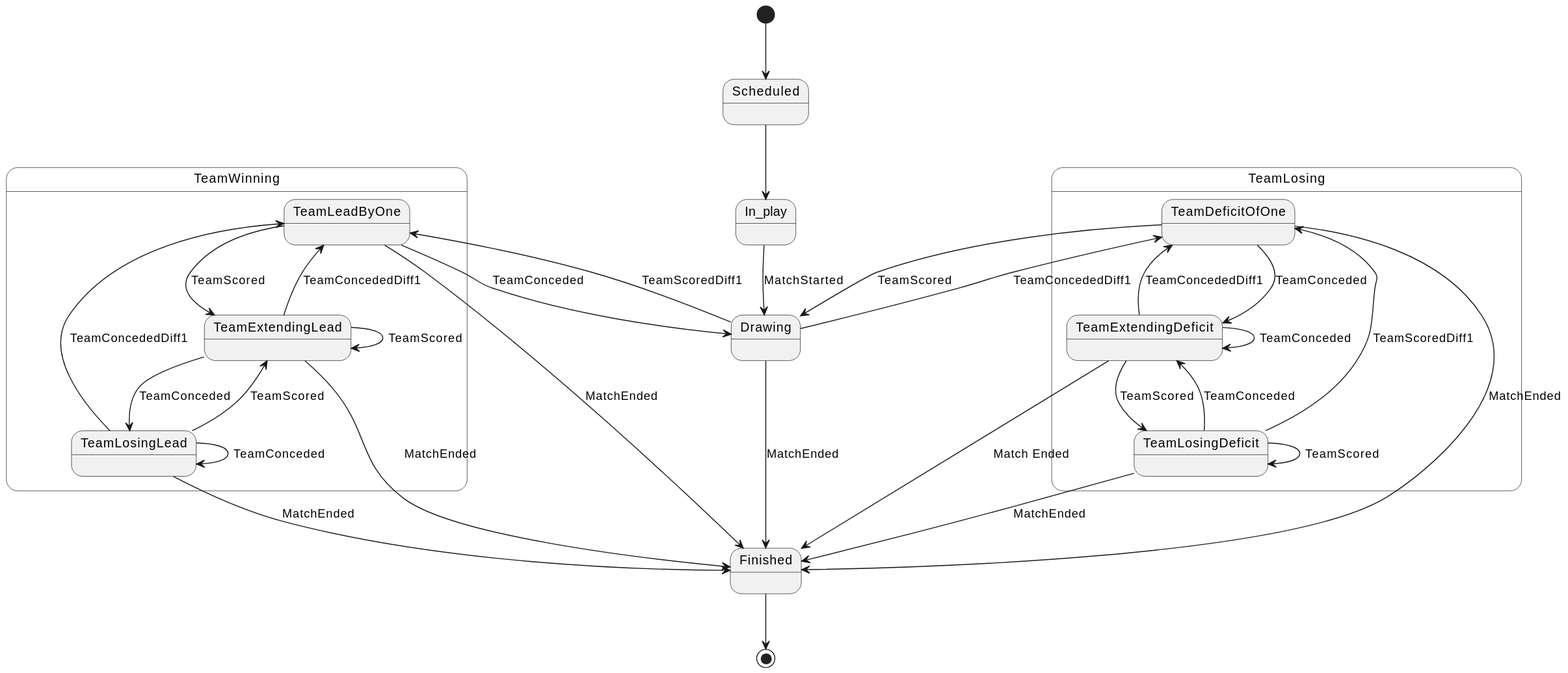
Before: UML/StateMachine/MatchStateMachine.svg, a diagram exported from PlantUML (schleising/banter-bot). The source it was exported from:
```plantuml
@startuml MatchStateMachine
[*] --> Scheduled
Scheduled --> In_play
In_play --> Drawing: MatchStarted

Drawing --> Finished: MatchEnded

state TeamWinning {
    Drawing --> TeamLeadByOne: TeamScoredDiff1

    TeamLeadByOne --> Drawing: TeamConceded
    TeamLeadByOne --> TeamExtendingLead: TeamScored
    TeamLeadByOne --> Finished: MatchEnded

    TeamExtendingLead --> TeamLeadByOne: TeamConcededDiff1
    TeamExtendingLead --> TeamLosingLead: TeamConceded
    TeamExtendingLead --> TeamExtendingLead: TeamScored
    TeamExtendingLead --> Finished: MatchEnded

    TeamLosingLead --> TeamLeadByOne: TeamConcededDiff1
    TeamLosingLead --> TeamLosingLead: TeamConceded
    TeamLosingLead --> TeamExtendingLead: TeamScored
    TeamLosingLead --> Finished: MatchEnded
}

state TeamLosing {
    Drawing --> TeamDeficitOfOne: TeamConcededDiff1

    TeamDeficitOfOne --> Drawing: TeamScored
    TeamDeficitOfOne --> TeamExtendingDeficit: TeamConceded
    TeamDeficitOfOne --> Finished: MatchEnded

    TeamExtendingDeficit --> TeamLosingDeficit: TeamScored
    TeamExtendingDeficit --> TeamDeficitOfOne: TeamConcededDiff1
    TeamExtendingDeficit --> TeamExtendingDeficit: TeamConceded
    TeamExtendingDeficit --> Finished: Match Ended

    TeamLosingDeficit --> TeamDeficitOfOne: TeamScoredDiff1
    TeamLosingDeficit --> TeamLosingDeficit: TeamScored
    TeamLosingDeficit --> TeamExtendingDeficit: TeamConceded
    TeamLosingDeficit --> Finished: MatchEnded
}

Finished --> [*]
@enduml
```
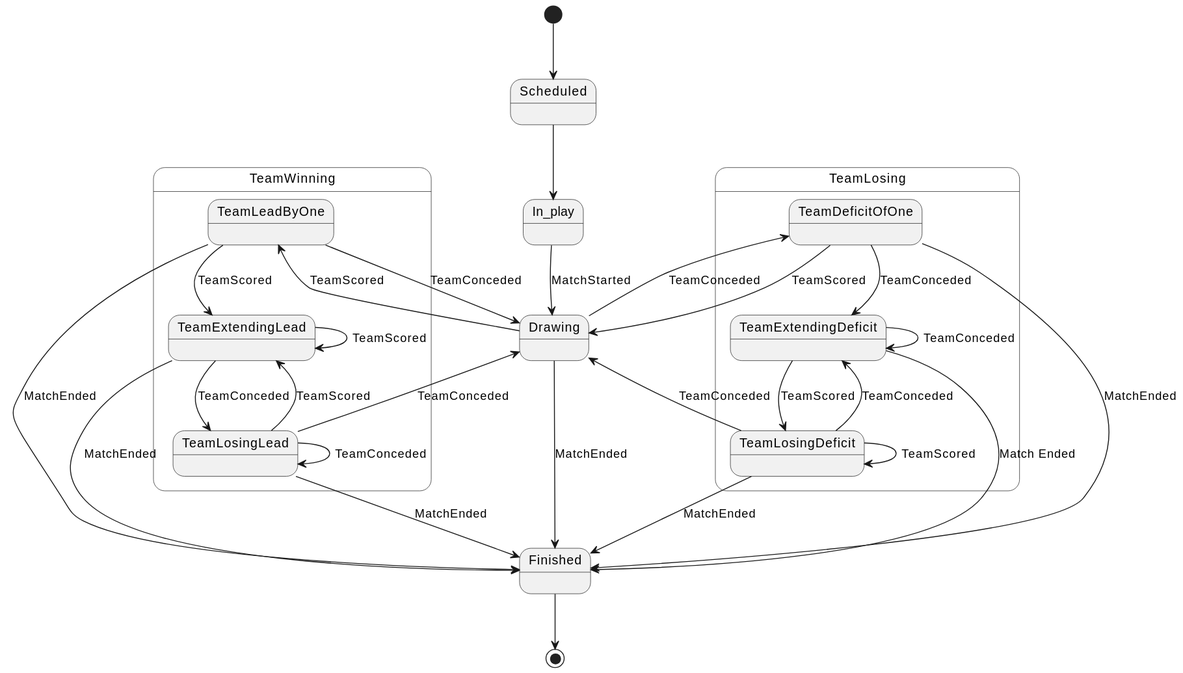
Above is the later version.

Commit message:
Fix up state machine to better use the lead / deficit of one state

Diff of the diagram source:
```diff
@@ -6,36 +6,34 @@
 Drawing --> Finished: MatchEnded
 
 state TeamWinning {
-    Drawing --> TeamLeadByOne: TeamScoredDiff1
+    Drawing --> TeamLeadByOne: TeamScored
 
     TeamLeadByOne --> Drawing: TeamConceded
     TeamLeadByOne --> TeamExtendingLead: TeamScored
     TeamLeadByOne --> Finished: MatchEnded
 
-    TeamExtendingLead --> TeamLeadByOne: TeamConcededDiff1
     TeamExtendingLead --> TeamLosingLead: TeamConceded
     TeamExtendingLead --> TeamExtendingLead: TeamScored
     TeamExtendingLead --> Finished: MatchEnded
 
-    TeamLosingLead --> TeamLeadByOne: TeamConcededDiff1
+    TeamLosingLead --> Drawing: TeamConceded
     TeamLosingLead --> TeamLosingLead: TeamConceded
     TeamLosingLead --> TeamExtendingLead: TeamScored
     TeamLosingLead --> Finished: MatchEnded
 }
 
 state TeamLosing {
-    Drawing --> TeamDeficitOfOne: TeamConcededDiff1
+    Drawing --> TeamDeficitOfOne: TeamConceded
 
     TeamDeficitOfOne --> Drawing: TeamScored
     TeamDeficitOfOne --> TeamExtendingDeficit: TeamConceded
     TeamDeficitOfOne --> Finished: MatchEnded
 
     TeamExtendingDeficit --> TeamLosingDeficit: TeamScored
-    TeamExtendingDeficit --> TeamDeficitOfOne: TeamConcededDiff1
     TeamExtendingDeficit --> TeamExtendingDeficit: TeamConceded
     TeamExtendingDeficit --> Finished: Match Ended
 
-    TeamLosingDeficit --> TeamDeficitOfOne: TeamScoredDiff1
+    TeamLosingDeficit --> Drawing: TeamConceded
     TeamLosingDeficit --> TeamLosingDeficit: TeamScored
     TeamLosingDeficit --> TeamExtendingDeficit: TeamConceded
     TeamLosingDeficit --> Finished: MatchEnded
```
